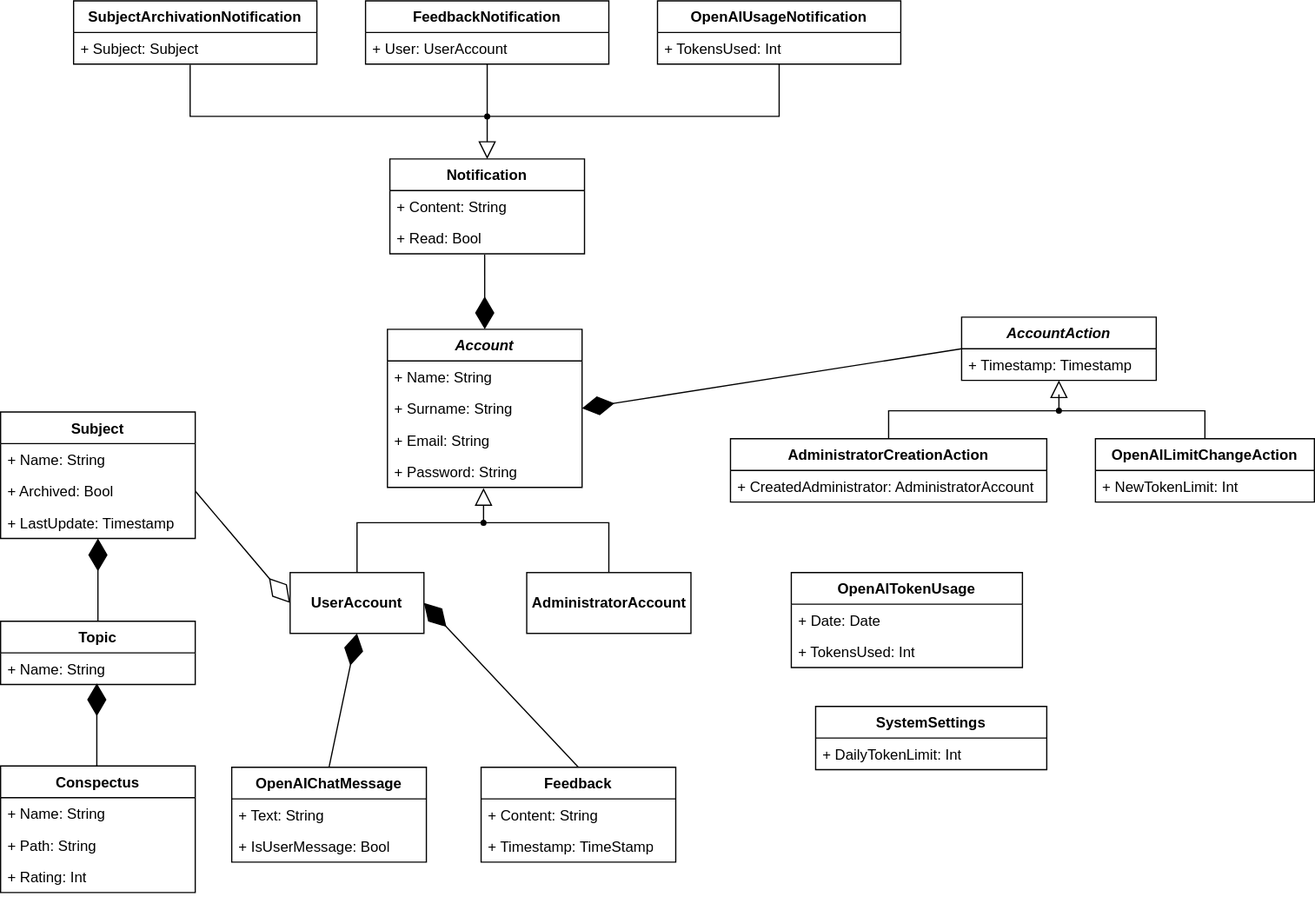
piatrashkakanstantinass/psi2 keeps this draw.io diagram as lab2diags/logical-view/informational.drawio.svg. Above is the earlier version. Source tidied: cells renumbered, new cells last; positions are measured from the earlier drawing's top-left corner, leaving out a move shared by most shapes.
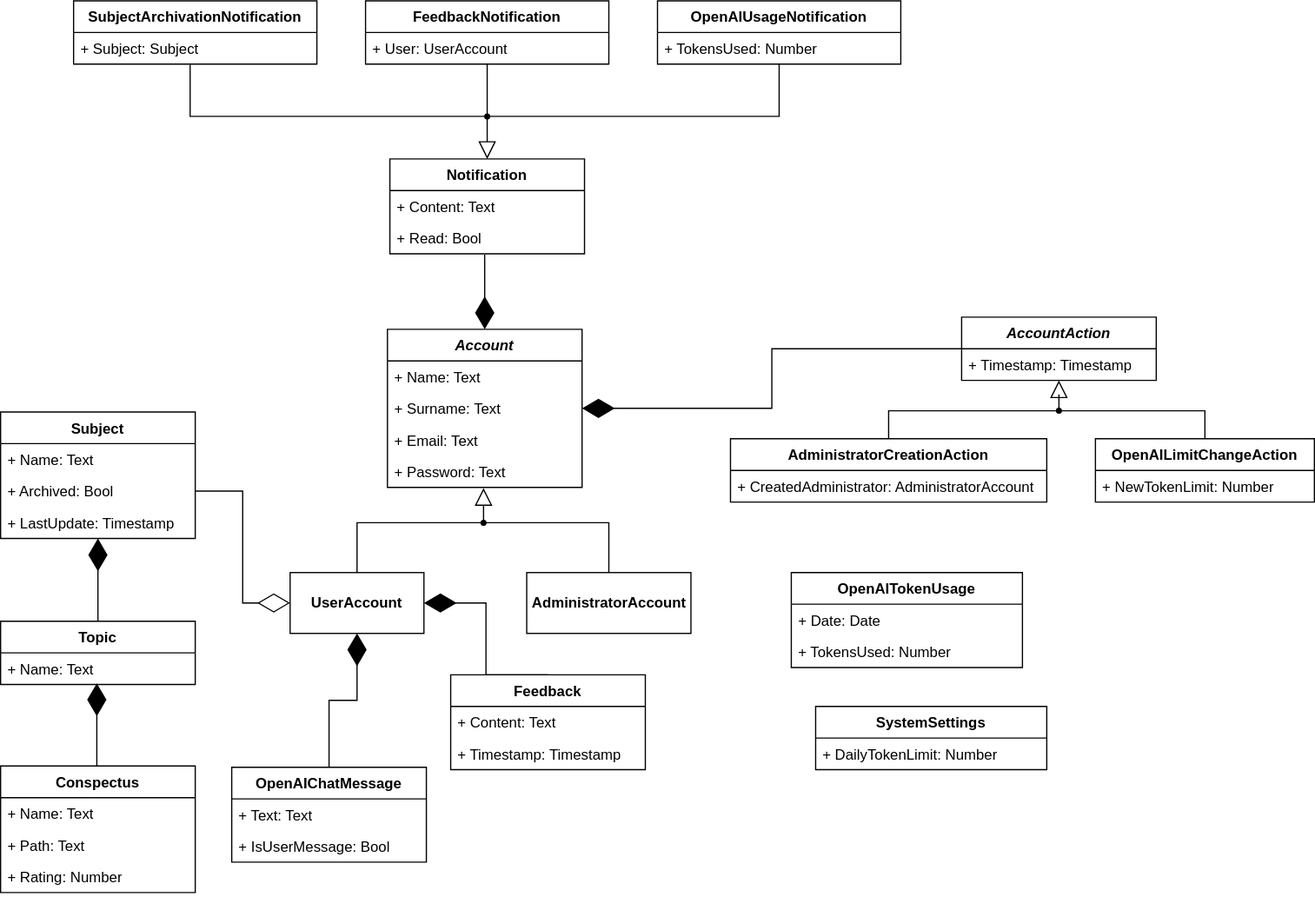
The same file after the commit.

The edit, as a diff of the source:
```diff
@@ -5,7 +5,7 @@
     <mxCell id="2" value="Subject" style="swimlane;fontStyle=1;align=center;verticalAlign=top;horizontal=1;startSize=26;whiteSpace=wrap;html=1;" parent="1" vertex="1">
       <mxGeometry y="338" width="160" height="104" as="geometry" />
     </mxCell>
-    <mxCell id="3" value="+ Name: String" style="text;strokeColor=none;fillColor=none;align=left;verticalAlign=top;spacingLeft=4;spacingRight=4;overflow=hidden;whiteSpace=wrap;html=1;" parent="2" vertex="1">
+    <mxCell id="3" value="+ Name: Text" style="text;strokeColor=none;fillColor=none;align=left;verticalAlign=top;spacingLeft=4;spacingRight=4;overflow=hidden;whiteSpace=wrap;html=1;" parent="2" vertex="1">
       <mxGeometry y="26" width="160" height="26" as="geometry" />
     </mxCell>
     <mxCell id="4" value="+ Archived: Bool" style="text;strokeColor=none;fillColor=none;align=left;verticalAlign=top;spacingLeft=4;spacingRight=4;overflow=hidden;points=[[0,0.5],[1,0.5]];portConstraint=eastwest;whiteSpace=wrap;html=1;" parent="2" vertex="1">
@@ -17,34 +17,34 @@
     <mxCell id="6" value="Topic" style="swimlane;fontStyle=1;align=center;verticalAlign=top;horizontal=1;startSize=26;whiteSpace=wrap;html=1;" parent="1" vertex="1">
       <mxGeometry y="510" width="160" height="52" as="geometry" />
     </mxCell>
-    <mxCell id="7" value="+ Name: String" style="text;strokeColor=none;fillColor=none;align=left;verticalAlign=top;spacingLeft=4;spacingRight=4;overflow=hidden;whiteSpace=wrap;html=1;" parent="6" vertex="1">
+    <mxCell id="7" value="+ Name: Text" style="text;strokeColor=none;fillColor=none;align=left;verticalAlign=top;spacingLeft=4;spacingRight=4;overflow=hidden;whiteSpace=wrap;html=1;" parent="6" vertex="1">
       <mxGeometry y="26" width="160" height="26" as="geometry" />
     </mxCell>
     <mxCell id="8" value="Conspectus" style="swimlane;fontStyle=1;align=center;verticalAlign=top;horizontal=1;startSize=26;whiteSpace=wrap;html=1;" parent="1" vertex="1">
       <mxGeometry y="629" width="160" height="104" as="geometry" />
     </mxCell>
-    <mxCell id="9" value="+ Name: String" style="text;strokeColor=none;fillColor=none;align=left;verticalAlign=top;spacingLeft=4;spacingRight=4;overflow=hidden;whiteSpace=wrap;html=1;" parent="8" vertex="1">
+    <mxCell id="9" value="+ Name: Text" style="text;strokeColor=none;fillColor=none;align=left;verticalAlign=top;spacingLeft=4;spacingRight=4;overflow=hidden;whiteSpace=wrap;html=1;" parent="8" vertex="1">
       <mxGeometry y="26" width="160" height="26" as="geometry" />
     </mxCell>
-    <mxCell id="10" value="+ Path: String" style="text;strokeColor=none;fillColor=none;align=left;verticalAlign=top;spacingLeft=4;spacingRight=4;overflow=hidden;whiteSpace=wrap;html=1;" parent="8" vertex="1">
+    <mxCell id="10" value="+ Path: Text" style="text;strokeColor=none;fillColor=none;align=left;verticalAlign=top;spacingLeft=4;spacingRight=4;overflow=hidden;whiteSpace=wrap;html=1;" parent="8" vertex="1">
       <mxGeometry y="52" width="160" height="26" as="geometry" />
     </mxCell>
-    <mxCell id="11" value="+ Rating: Int" style="text;strokeColor=none;fillColor=none;align=left;verticalAlign=top;spacingLeft=4;spacingRight=4;overflow=hidden;whiteSpace=wrap;html=1;" parent="8" vertex="1">
+    <mxCell id="11" value="+ Rating: Number" style="text;strokeColor=none;fillColor=none;align=left;verticalAlign=top;spacingLeft=4;spacingRight=4;overflow=hidden;whiteSpace=wrap;html=1;" parent="8" vertex="1">
       <mxGeometry y="78" width="160" height="26" as="geometry" />
     </mxCell>
     <mxCell id="12" value="&lt;i&gt;Account&lt;/i&gt;" style="swimlane;fontStyle=1;align=center;verticalAlign=top;horizontal=1;startSize=26;whiteSpace=wrap;html=1;" parent="1" vertex="1">
       <mxGeometry x="318" y="270" width="160" height="130" as="geometry" />
     </mxCell>
-    <mxCell id="13" value="+ Name: String" style="text;strokeColor=none;fillColor=none;align=left;verticalAlign=top;spacingLeft=4;spacingRight=4;overflow=hidden;whiteSpace=wrap;html=1;" parent="12" vertex="1">
+    <mxCell id="13" value="+ Name: Text" style="text;strokeColor=none;fillColor=none;align=left;verticalAlign=top;spacingLeft=4;spacingRight=4;overflow=hidden;whiteSpace=wrap;html=1;" parent="12" vertex="1">
       <mxGeometry y="26" width="160" height="26" as="geometry" />
     </mxCell>
-    <mxCell id="14" value="+ Surname: String" style="text;strokeColor=none;fillColor=none;align=left;verticalAlign=top;spacingLeft=4;spacingRight=4;overflow=hidden;points=[[0,0.5],[1,0.5]];portConstraint=eastwest;whiteSpace=wrap;html=1;" parent="12" vertex="1">
+    <mxCell id="14" value="+ Surname: Text" style="text;strokeColor=none;fillColor=none;align=left;verticalAlign=top;spacingLeft=4;spacingRight=4;overflow=hidden;points=[[0,0.5],[1,0.5]];portConstraint=eastwest;whiteSpace=wrap;html=1;" parent="12" vertex="1">
       <mxGeometry y="52" width="160" height="26" as="geometry" />
     </mxCell>
-    <mxCell id="15" value="+ Email: String" style="text;strokeColor=none;fillColor=none;align=left;verticalAlign=top;spacingLeft=4;spacingRight=4;overflow=hidden;whiteSpace=wrap;html=1;" parent="12" vertex="1">
+    <mxCell id="15" value="+ Email: Text" style="text;strokeColor=none;fillColor=none;align=left;verticalAlign=top;spacingLeft=4;spacingRight=4;overflow=hidden;whiteSpace=wrap;html=1;" parent="12" vertex="1">
       <mxGeometry y="78" width="160" height="26" as="geometry" />
     </mxCell>
-    <mxCell id="16" value="+ Password: String" style="text;strokeColor=none;fillColor=none;align=left;verticalAlign=top;spacingLeft=4;spacingRight=4;overflow=hidden;points=[[0,0.5],[1,0.5]];portConstraint=eastwest;whiteSpace=wrap;html=1;" parent="12" vertex="1">
+    <mxCell id="16" value="+ Password: Text" style="text;strokeColor=none;fillColor=none;align=left;verticalAlign=top;spacingLeft=4;spacingRight=4;overflow=hidden;points=[[0,0.5],[1,0.5]];portConstraint=eastwest;whiteSpace=wrap;html=1;" parent="12" vertex="1">
       <mxGeometry y="104" width="160" height="26" as="geometry" />
     </mxCell>
     <mxCell id="17" value="&lt;b&gt;UserAccount&lt;/b&gt;" style="html=1;whiteSpace=wrap;" parent="1" vertex="1">
@@ -56,7 +56,7 @@
     <mxCell id="19" value="Notification" style="swimlane;fontStyle=1;align=center;verticalAlign=top;horizontal=1;startSize=26;whiteSpace=wrap;html=1;" parent="1" vertex="1">
       <mxGeometry x="320" y="130" width="160" height="78" as="geometry" />
     </mxCell>
-    <mxCell id="20" value="+ Content: String" style="text;strokeColor=none;fillColor=none;align=left;verticalAlign=top;spacingLeft=4;spacingRight=4;overflow=hidden;whiteSpace=wrap;html=1;" parent="19" vertex="1">
+    <mxCell id="20" value="+ Content: Text" style="text;strokeColor=none;fillColor=none;align=left;verticalAlign=top;spacingLeft=4;spacingRight=4;overflow=hidden;whiteSpace=wrap;html=1;" parent="19" vertex="1">
       <mxGeometry y="26" width="160" height="26" as="geometry" />
     </mxCell>
     <mxCell id="21" value="+ Read: Bool" style="text;strokeColor=none;fillColor=none;align=left;verticalAlign=top;spacingLeft=4;spacingRight=4;overflow=hidden;points=[[0,0.5],[1,0.5]];portConstraint=eastwest;whiteSpace=wrap;html=1;" parent="19" vertex="1">
@@ -71,7 +71,7 @@
     <mxCell id="24" value="OpenAIUsageNotification" style="swimlane;fontStyle=1;align=center;verticalAlign=top;horizontal=1;startSize=26;whiteSpace=wrap;html=1;" parent="1" vertex="1">
       <mxGeometry x="540" width="200" height="52" as="geometry" />
     </mxCell>
-    <mxCell id="25" value="+ TokensUsed: Int" style="text;strokeColor=none;fillColor=none;align=left;verticalAlign=top;spacingLeft=4;spacingRight=4;overflow=hidden;whiteSpace=wrap;html=1;" parent="24" vertex="1">
+    <mxCell id="25" value="+ TokensUsed: Number" style="text;strokeColor=none;fillColor=none;align=left;verticalAlign=top;spacingLeft=4;spacingRight=4;overflow=hidden;whiteSpace=wrap;html=1;" parent="24" vertex="1">
       <mxGeometry y="26" width="200" height="26" as="geometry" />
     </mxCell>
     <mxCell id="26" style="edgeStyle=orthogonalEdgeStyle;rounded=0;jettySize=auto;html=1;entryX=0.5;entryY=0;entryDx=0;entryDy=0;endArrow=none;endFill=0;" parent="1" edge="1" source="27" target="53">
@@ -98,25 +98,25 @@
     <mxCell id="33" value="OpenAILimitChangeAction" style="swimlane;fontStyle=1;align=center;verticalAlign=top;horizontal=1;startSize=26;whiteSpace=wrap;html=1;" parent="1" vertex="1">
       <mxGeometry x="900" y="360" width="180" height="52" as="geometry" />
     </mxCell>
-    <mxCell id="34" value="+ NewTokenLimit: Int" style="text;strokeColor=none;fillColor=none;align=left;verticalAlign=top;spacingLeft=4;spacingRight=4;overflow=hidden;whiteSpace=wrap;html=1;" parent="33" vertex="1">
+    <mxCell id="34" value="+ NewTokenLimit: Number" style="text;strokeColor=none;fillColor=none;align=left;verticalAlign=top;spacingLeft=4;spacingRight=4;overflow=hidden;whiteSpace=wrap;html=1;" parent="33" vertex="1">
       <mxGeometry y="26" width="180" height="26" as="geometry" />
     </mxCell>
     <mxCell id="35" value="OpenAIChatMessage" style="swimlane;fontStyle=1;align=center;verticalAlign=top;horizontal=1;startSize=26;whiteSpace=wrap;html=1;" parent="1" vertex="1">
       <mxGeometry x="190" y="630" width="160" height="78" as="geometry" />
     </mxCell>
-    <mxCell id="36" value="+ Text: String" style="text;strokeColor=none;fillColor=none;align=left;verticalAlign=top;spacingLeft=4;spacingRight=4;overflow=hidden;whiteSpace=wrap;html=1;" parent="35" vertex="1">
+    <mxCell id="36" value="+ Text: Text" style="text;strokeColor=none;fillColor=none;align=left;verticalAlign=top;spacingLeft=4;spacingRight=4;overflow=hidden;whiteSpace=wrap;html=1;" parent="35" vertex="1">
       <mxGeometry y="26" width="160" height="26" as="geometry" />
     </mxCell>
     <mxCell id="37" value="+ IsUserMessage: Bool" style="text;strokeColor=none;fillColor=none;align=left;verticalAlign=top;spacingLeft=4;spacingRight=4;overflow=hidden;whiteSpace=wrap;html=1;" parent="35" vertex="1">
       <mxGeometry y="52" width="160" height="26" as="geometry" />
     </mxCell>
     <mxCell id="38" value="Feedback" style="swimlane;fontStyle=1;align=center;verticalAlign=top;horizontal=1;startSize=26;whiteSpace=wrap;html=1;" parent="1" vertex="1">
-      <mxGeometry x="395" y="630" width="160" height="78" as="geometry" />
+      <mxGeometry x="370" y="554" width="160" height="78" as="geometry" />
     </mxCell>
-    <mxCell id="39" value="+ Content: String" style="text;strokeColor=none;fillColor=none;align=left;verticalAlign=top;spacingLeft=4;spacingRight=4;overflow=hidden;whiteSpace=wrap;html=1;" parent="38" vertex="1">
+    <mxCell id="39" value="+ Content: Text" style="text;strokeColor=none;fillColor=none;align=left;verticalAlign=top;spacingLeft=4;spacingRight=4;overflow=hidden;whiteSpace=wrap;html=1;" parent="38" vertex="1">
       <mxGeometry y="26" width="160" height="26" as="geometry" />
     </mxCell>
-    <mxCell id="40" value="+ Timestamp: TimeStamp" style="text;strokeColor=none;fillColor=none;align=left;verticalAlign=top;spacingLeft=4;spacingRight=4;overflow=hidden;whiteSpace=wrap;html=1;" parent="38" vertex="1">
+    <mxCell id="40" value="+ Timestamp: Timestamp" style="text;strokeColor=none;fillColor=none;align=left;verticalAlign=top;spacingLeft=4;spacingRight=4;overflow=hidden;whiteSpace=wrap;html=1;" parent="38" vertex="1">
       <mxGeometry y="52" width="160" height="26" as="geometry" />
     </mxCell>
     <mxCell id="41" style="verticalAlign=bottom;html=1;ellipse;fillColor=strokeColor;fontFamily=Helvetica;fontSize=11;fontColor=default;" parent="1" vertex="1">
@@ -139,7 +139,7 @@
         </Array>
       </mxGeometry>
     </mxCell>
-    <mxCell id="45" style="endArrow=diamondThin;endFill=0;endSize=24;html=1;rounded=0;entryX=0;entryY=0.5;entryDx=0;entryDy=0;exitX=1;exitY=0.5;exitDx=0;exitDy=0;" parent="1" edge="1" source="4" target="17">
+    <mxCell id="45" style="endArrow=diamondThin;endFill=0;endSize=24;html=1;rounded=0;entryX=0;entryY=0.5;entryDx=0;entryDy=0;exitX=1;exitY=0.5;exitDx=0;exitDy=0;edgeStyle=elbowEdgeStyle;" parent="1" edge="1" source="4" target="17">
       <mxGeometry relative="1" as="geometry" />
     </mxCell>
     <mxCell id="46" style="endArrow=diamondThin;endFill=1;endSize=24;html=1;rounded=0;entryX=0.5;entryY=1;entryDx=0;entryDy=0;exitX=0.5;exitY=0;exitDx=0;exitDy=0;" parent="1" edge="1" source="6" target="2">
@@ -151,16 +151,16 @@
         <mxPoint x="79.1" y="561" as="targetPoint" />
       </mxGeometry>
     </mxCell>
-    <mxCell id="48" style="endArrow=diamondThin;endFill=1;endSize=24;html=1;rounded=0;exitX=0.5;exitY=0;exitDx=0;exitDy=0;entryX=0.5;entryY=1;entryDx=0;entryDy=0;" parent="1" edge="1" source="35" target="17">
+    <mxCell id="48" style="endArrow=diamondThin;endFill=1;endSize=24;html=1;rounded=0;edgeStyle=orthogonalEdgeStyle;" parent="1" edge="1" source="35" target="17">
       <mxGeometry relative="1" as="geometry" />
     </mxCell>
-    <mxCell id="49" style="endArrow=diamondThin;endFill=1;endSize=24;html=1;rounded=0;exitX=0.5;exitY=0;exitDx=0;exitDy=0;entryX=1;entryY=0.5;entryDx=0;entryDy=0;" parent="1" edge="1" source="38" target="17">
+    <mxCell id="49" style="endArrow=diamondThin;endFill=1;endSize=24;html=1;rounded=0;exitX=0.5;exitY=0;exitDx=0;exitDy=0;entryX=1;entryY=0.5;entryDx=0;entryDy=0;edgeStyle=elbowEdgeStyle;" parent="1" edge="1" source="38" target="17">
       <mxGeometry relative="1" as="geometry" />
     </mxCell>
     <mxCell id="50" style="endArrow=diamondThin;endFill=1;endSize=24;html=1;rounded=0;entryX=0.5;entryY=0;entryDx=0;entryDy=0;exitX=0.487;exitY=1.027;exitDx=0;exitDy=0;exitPerimeter=0;" parent="1" edge="1" source="21" target="12">
       <mxGeometry relative="1" as="geometry" />
     </mxCell>
-    <mxCell id="51" style="endArrow=diamondThin;endFill=1;endSize=24;html=1;rounded=0;entryX=1;entryY=0.5;entryDx=0;entryDy=0;exitX=0;exitY=0.5;exitDx=0;exitDy=0;" parent="1" edge="1" source="29" target="14">
+    <mxCell id="51" style="endArrow=diamondThin;endFill=1;endSize=24;html=1;rounded=0;entryX=1;entryY=0.5;entryDx=0;entryDy=0;exitX=0;exitY=0.5;exitDx=0;exitDy=0;edgeStyle=elbowEdgeStyle;" parent="1" edge="1" source="29" target="14">
       <mxGeometry relative="1" as="geometry" />
     </mxCell>
     <mxCell id="52" style="edgeStyle=elbowEdgeStyle;html=1;endSize=12;endArrow=block;endFill=0;elbow=horizontal;rounded=0;labelBackgroundColor=default;fontFamily=Helvetica;fontSize=11;fontColor=default;shape=connector;entryX=0.491;entryY=1.021;entryDx=0;entryDy=0;entryPerimeter=0;" parent="1" edge="1">
@@ -217,13 +217,13 @@
     <mxCell id="62" value="+ Date: Date" style="text;strokeColor=none;fillColor=none;align=left;verticalAlign=top;spacingLeft=4;spacingRight=4;overflow=hidden;whiteSpace=wrap;html=1;" parent="61" vertex="1">
       <mxGeometry y="26" width="190" height="26" as="geometry" />
     </mxCell>
-    <mxCell id="63" value="+ TokensUsed: Int" style="text;strokeColor=none;fillColor=none;align=left;verticalAlign=top;spacingLeft=4;spacingRight=4;overflow=hidden;whiteSpace=wrap;html=1;" parent="61" vertex="1">
+    <mxCell id="63" value="+ TokensUsed: Number" style="text;strokeColor=none;fillColor=none;align=left;verticalAlign=top;spacingLeft=4;spacingRight=4;overflow=hidden;whiteSpace=wrap;html=1;" parent="61" vertex="1">
       <mxGeometry y="52" width="190" height="26" as="geometry" />
     </mxCell>
     <mxCell id="64" value="SystemSettings" style="swimlane;fontStyle=1;align=center;verticalAlign=top;horizontal=1;startSize=26;whiteSpace=wrap;html=1;" parent="1" vertex="1">
       <mxGeometry x="670" y="580" width="190" height="52" as="geometry" />
     </mxCell>
-    <mxCell id="65" value="+ DailyTokenLimit: Int" style="text;strokeColor=none;fillColor=none;align=left;verticalAlign=top;spacingLeft=4;spacingRight=4;overflow=hidden;whiteSpace=wrap;html=1;" parent="64" vertex="1">
+    <mxCell id="65" value="+ DailyTokenLimit: Number" style="text;strokeColor=none;fillColor=none;align=left;verticalAlign=top;spacingLeft=4;spacingRight=4;overflow=hidden;whiteSpace=wrap;html=1;" parent="64" vertex="1">
       <mxGeometry y="26" width="190" height="26" as="geometry" />
     </mxCell>
   </root>
```
